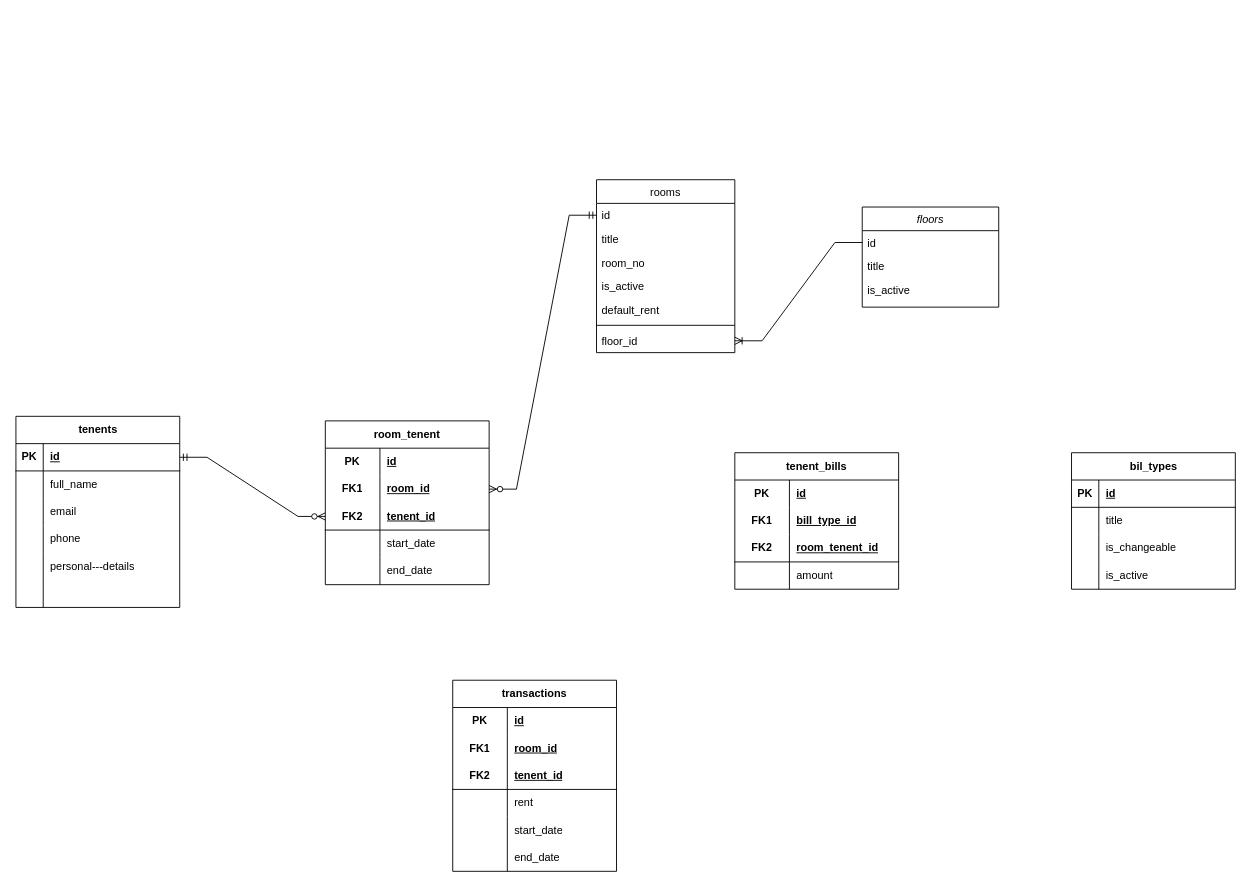
grim-firefly/storage keeps this draw.io diagram as Untitled Diagram.drawio. Above is the earlier version. Source tidied: cells renumbered, new cells numbered last; positions are measured from the earlier drawing's top-left corner, leaving out a move shared by most shapes. Both pictures are drawn from the tidied source at 91%, with x=0, y=0 at pixel (15, 179).
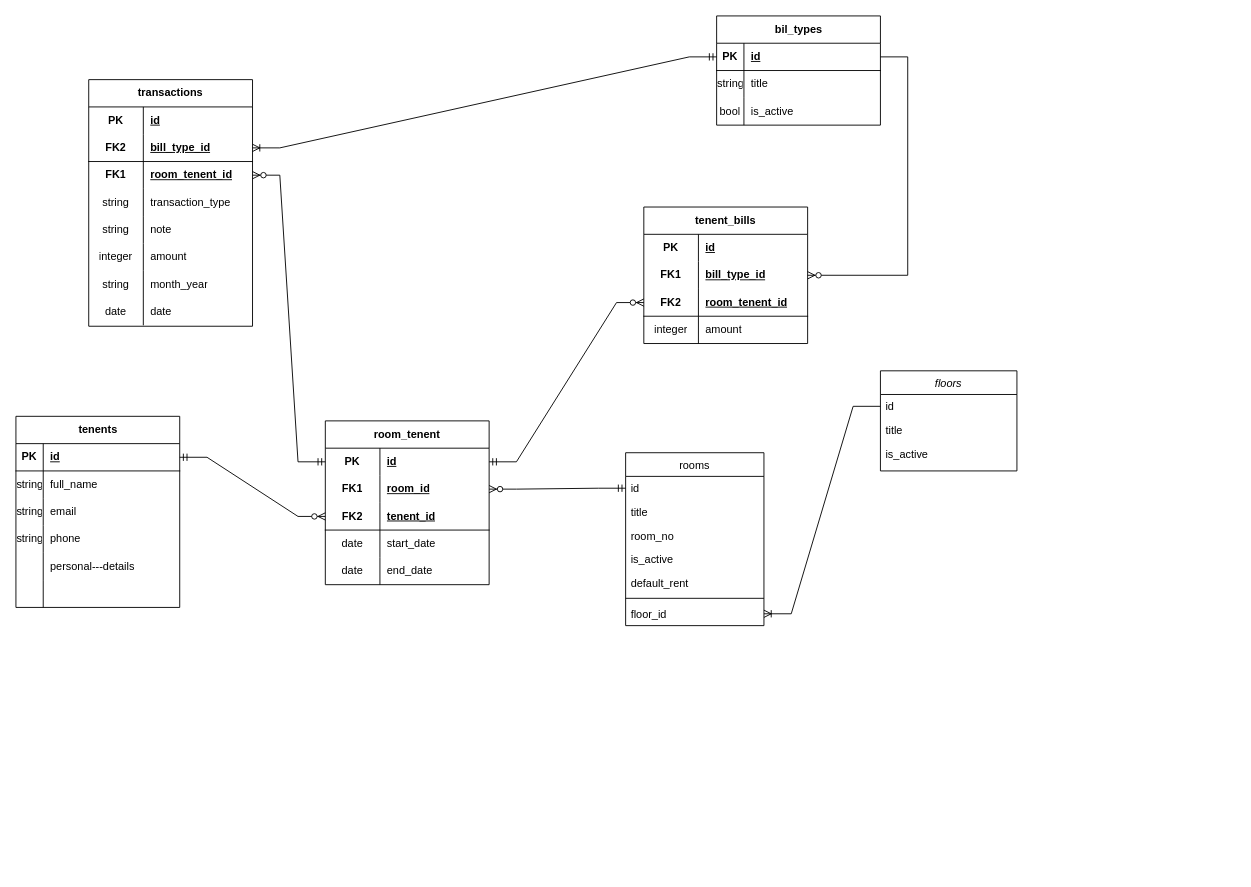
The same page after the edit.

The change refers to these unchanged cells:
```xml
<mxCell id="15" style="shape=tableRow;horizontal=0;startSize=0;swimlaneHead=0;swimlaneBody=0;fillColor=none;points=[[0,0.5],[1,0.5]];portConstraint=eastwest;top=0;left=0;right=0;bottom=1;" parent="14" vertex="1">
  <mxGeometry y="30" width="180" height="30" as="geometry" />
</mxCell>
<mxCell id="18" style="shape=tableRow;horizontal=0;startSize=0;swimlaneHead=0;swimlaneBody=0;fillColor=none;top=0;left=0;right=0;bottom=0;" parent="14" vertex="1">
  <mxGeometry y="60" width="180" height="30" as="geometry" />
</mxCell>
<mxCell id="32" style="shape=tableRow;horizontal=0;startSize=0;swimlaneHead=0;swimlaneBody=0;fillColor=none;top=0;left=0;right=0;bottom=0;" parent="28" vertex="1">
  <mxGeometry y="60" width="180" height="30" as="geometry" />
</mxCell>
<mxCell id="35" style="shape=tableRow;horizontal=0;startSize=0;swimlaneHead=0;swimlaneBody=0;fillColor=none;top=0;left=0;right=0;bottom=0;" parent="28" vertex="1">
  <mxGeometry y="90" width="180" height="30" as="geometry" />
</mxCell>
<mxCell id="38" style="shape=tableRow;horizontal=0;startSize=0;swimlaneHead=0;swimlaneBody=0;fillColor=none;top=0;left=0;right=0;bottom=0;" parent="28" vertex="1">
  <mxGeometry y="120" width="180" height="30" as="geometry" />
</mxCell>
<mxCell id="48" style="shape=tableRow;horizontal=0;startSize=0;swimlaneHead=0;swimlaneBody=0;fillColor=none;points=[[0,0.5],[1,0.5]];portConstraint=eastwest;top=0;left=0;right=0;bottom=0;html=1;" parent="47" vertex="1">
  <mxGeometry y="30" width="180" height="30" as="geometry" />
</mxCell>
<mxCell id="57" style="shape=tableRow;horizontal=0;startSize=0;swimlaneHead=0;swimlaneBody=0;fillColor=none;top=0;left=0;right=0;bottom=0;html=1;" parent="47" vertex="1">
  <mxGeometry y="120" width="180" height="30" as="geometry" />
</mxCell>
<mxCell id="60" style="shape=tableRow;horizontal=0;startSize=0;swimlaneHead=0;swimlaneBody=0;fillColor=none;top=0;left=0;right=0;bottom=0;html=1;" parent="47" vertex="1">
  <mxGeometry y="150" width="180" height="30" as="geometry" />
</mxCell>
<mxCell id="88" style="shape=tableRow;horizontal=0;startSize=0;swimlaneHead=0;swimlaneBody=0;fillColor=none;points=[[0,0.5],[1,0.5]];portConstraint=eastwest;top=0;left=0;right=0;bottom=0;html=1;" parent="84" vertex="1">
  <mxGeometry y="60" width="180" height="30" as="geometry" />
</mxCell>
<mxCell id="91" style="shape=tableRow;horizontal=0;startSize=0;swimlaneHead=0;swimlaneBody=0;fillColor=none;points=[[0,0.5],[1,0.5]];portConstraint=eastwest;top=0;left=0;right=0;bottom=1;html=1;" parent="84" vertex="1">
  <mxGeometry y="90" width="180" height="30" as="geometry" />
</mxCell>
<mxCell id="94" style="shape=tableRow;horizontal=0;startSize=0;swimlaneHead=0;swimlaneBody=0;fillColor=none;top=0;left=0;right=0;bottom=0;html=1;" parent="84" vertex="1">
  <mxGeometry y="120" width="180" height="30" as="geometry" />
</mxCell>
```

The edit, as a diff of the source:
```diff
@@
     <mxCell id="2" value="floors" style="swimlane;fontStyle=2;align=center;verticalAlign=top;horizontal=1;startSize=26;rounded=0;shadow=0;strokeWidth=1;" parent="1" vertex="1">
-      <mxGeometry x="930" y="30" width="150" height="110" as="geometry" />
+      <mxGeometry x="950" y="210" width="150" height="110" as="geometry" />
     </mxCell>
@@
     <mxCell id="6" value="rooms" style="swimlane;fontStyle=0;align=center;verticalAlign=top;horizontal=1;startSize=26;rounded=0;shadow=0;strokeWidth=1;" parent="1" vertex="1">
-      <mxGeometry x="638" width="152" height="190" as="geometry" />
+      <mxGeometry x="670" y="300" width="152" height="190" as="geometry" />
     </mxCell>
@@
     <mxCell id="14" value="bil_types" style="shape=table;startSize=30;childLayout=tableLayout;rowLines=0;fontStyle=1;align=center;html=1;" parent="1" vertex="1">
-      <mxGeometry x="1160" y="300" width="180" height="150" as="geometry" />
+      <mxGeometry x="770" y="-180" width="180" height="120" as="geometry" />
     </mxCell>
@@
-    <mxCell id="19" style="shape=partialRectangle;fillColor=none;top=0;left=0;bottom=0;right=0;overflow=hidden;whiteSpace=wrap;html=1;" parent="18" vertex="1">
+    <mxCell id="19" value="string" style="shape=partialRectangle;fillColor=none;top=0;left=0;bottom=0;right=0;overflow=hidden;whiteSpace=wrap;html=1;" parent="18" vertex="1">
       <mxGeometry width="30" height="30" as="geometry" />
     </mxCell>
@@
-    <mxCell id="21" style="shape=tableRow;horizontal=0;startSize=0;swimlaneHead=0;swimlaneBody=0;fillColor=none;top=0;left=0;right=0;bottom=0;" parent="14" vertex="1">
-      <mxGeometry y="90" width="180" height="30" as="geometry" />
-    </mxCell>
-    <mxCell id="22" style="shape=partialRectangle;fillColor=none;top=0;left=0;bottom=0;right=0;overflow=hidden;whiteSpace=wrap;html=1;" parent="21" vertex="1">
-      <mxGeometry width="30" height="30" as="geometry" />
-    </mxCell>
-    <mxCell id="23" value="is_changeable" style="shape=partialRectangle;fillColor=none;top=0;left=0;bottom=0;right=0;align=left;spacingLeft=6;overflow=hidden;whiteSpace=wrap;html=1;" parent="21" vertex="1">
-      <mxGeometry x="30" width="150" height="30" as="geometry" />
-    </mxCell>
     <mxCell id="24" style="shape=tableRow;horizontal=0;startSize=0;swimlaneHead=0;swimlaneBody=0;fillColor=none;top=0;left=0;right=0;bottom=0;" parent="14" vertex="1">
-      <mxGeometry y="120" width="180" height="30" as="geometry" />
+      <mxGeometry y="90" width="180" height="30" as="geometry" />
     </mxCell>
-    <mxCell id="25" style="shape=partialRectangle;fillColor=none;top=0;left=0;bottom=0;right=0;overflow=hidden;whiteSpace=wrap;html=1;" parent="24" vertex="1">
+    <mxCell id="25" value="bool" style="shape=partialRectangle;fillColor=none;top=0;left=0;bottom=0;right=0;overflow=hidden;whiteSpace=wrap;html=1;" parent="24" vertex="1">
       <mxGeometry width="30" height="30" as="geometry" />
     </mxCell>
@@
-    <mxCell id="33" style="shape=partialRectangle;fillColor=none;top=0;left=0;bottom=0;right=0;overflow=hidden;whiteSpace=wrap;html=1;" parent="32" vertex="1">
+    <mxCell id="33" value="string" style="shape=partialRectangle;fillColor=none;top=0;left=0;bottom=0;right=0;overflow=hidden;whiteSpace=wrap;html=1;" parent="32" vertex="1">
       <mxGeometry width="30" height="30" as="geometry" />
     </mxCell>
@@
-    <mxCell id="36" style="shape=partialRectangle;fillColor=none;top=0;left=0;bottom=0;right=0;overflow=hidden;whiteSpace=wrap;html=1;" parent="35" vertex="1">
+    <mxCell id="36" value="string" style="shape=partialRectangle;fillColor=none;top=0;left=0;bottom=0;right=0;overflow=hidden;whiteSpace=wrap;html=1;" parent="35" vertex="1">
       <mxGeometry width="30" height="30" as="geometry" />
     </mxCell>
@@
-    <mxCell id="39" style="shape=partialRectangle;fillColor=none;top=0;left=0;bottom=0;right=0;overflow=hidden;whiteSpace=wrap;html=1;" parent="38" vertex="1">
+    <mxCell id="39" value="string" style="shape=partialRectangle;fillColor=none;top=0;left=0;bottom=0;right=0;overflow=hidden;whiteSpace=wrap;html=1;" parent="38" vertex="1">
       <mxGeometry width="30" height="30" as="geometry" />
     </mxCell>
@@
-    <mxCell id="58" style="shape=partialRectangle;fillColor=none;top=0;left=0;bottom=0;right=0;overflow=hidden;html=1;whiteSpace=wrap;" parent="57" vertex="1">
+    <mxCell id="58" value="date" style="shape=partialRectangle;fillColor=none;top=0;left=0;bottom=0;right=0;overflow=hidden;html=1;whiteSpace=wrap;" parent="57" vertex="1">
       <mxGeometry width="60" height="30" as="geometry" />
     </mxCell>
@@
-    <mxCell id="61" style="shape=partialRectangle;fillColor=none;top=0;left=0;bottom=0;right=0;overflow=hidden;html=1;whiteSpace=wrap;" parent="60" vertex="1">
+    <mxCell id="61" value="date" style="shape=partialRectangle;fillColor=none;top=0;left=0;bottom=0;right=0;overflow=hidden;html=1;whiteSpace=wrap;" parent="60" vertex="1">
       <mxGeometry width="60" height="30" as="geometry" />
     </mxCell>
@@
     <mxCell id="63" value="transactions" style="shape=table;startSize=30;childLayout=tableLayout;rowLines=0;fontStyle=1;align=center;html=1;whiteSpace=wrap;" parent="1" vertex="1">
-      <mxGeometry x="480" y="550" width="180" height="210" as="geometry" />
+      <mxGeometry x="80" y="-110" width="180" height="271" as="geometry" />
     </mxCell>
@@
+    <mxCell id="70" style="shape=tableRow;horizontal=0;startSize=0;swimlaneHead=0;swimlaneBody=0;fillColor=none;points=[[0,0.5],[1,0.5]];portConstraint=eastwest;top=0;left=0;right=0;bottom=1;html=1;" parent="63" vertex="1">
+      <mxGeometry y="60" width="180" height="30" as="geometry" />
+    </mxCell>
+    <mxCell id="71" value="FK2" style="shape=partialRectangle;fillColor=none;top=0;left=0;bottom=0;right=0;fontStyle=1;overflow=hidden;html=1;whiteSpace=wrap;" parent="70" vertex="1">
+      <mxGeometry width="60" height="30" as="geometry" />
+    </mxCell>
+    <mxCell id="72" value="bill_type_id" style="shape=partialRectangle;fillColor=none;top=0;left=0;bottom=0;right=0;align=left;spacingLeft=6;fontStyle=5;overflow=hidden;html=1;whiteSpace=wrap;" parent="70" vertex="1">
+      <mxGeometry x="60" width="120" height="30" as="geometry" />
+    </mxCell>
     <mxCell id="67" style="shape=tableRow;horizontal=0;startSize=0;swimlaneHead=0;swimlaneBody=0;fillColor=none;points=[[0,0.5],[1,0.5]];portConstraint=eastwest;top=0;left=0;right=0;bottom=0;html=1;" parent="63" vertex="1">
-      <mxGeometry y="60" width="180" height="30" as="geometry" />
+      <mxGeometry y="90" width="180" height="30" as="geometry" />
     </mxCell>
@@
-    <mxCell id="69" value="room_id" style="shape=partialRectangle;fillColor=none;top=0;left=0;bottom=0;right=0;align=left;spacingLeft=6;fontStyle=5;overflow=hidden;html=1;whiteSpace=wrap;" parent="67" vertex="1">
+    <mxCell id="69" value="room_tenent_id" style="shape=partialRectangle;fillColor=none;top=0;left=0;bottom=0;right=0;align=left;spacingLeft=6;fontStyle=5;overflow=hidden;html=1;whiteSpace=wrap;" parent="67" vertex="1">
       <mxGeometry x="60" width="120" height="30" as="geometry" />
     </mxCell>
-    <mxCell id="70" style="shape=tableRow;horizontal=0;startSize=0;swimlaneHead=0;swimlaneBody=0;fillColor=none;points=[[0,0.5],[1,0.5]];portConstraint=eastwest;top=0;left=0;right=0;bottom=1;html=1;" parent="63" vertex="1">
-      <mxGeometry y="90" width="180" height="30" as="geometry" />
-    </mxCell>
-    <mxCell id="71" value="FK2" style="shape=partialRectangle;fillColor=none;top=0;left=0;bottom=0;right=0;fontStyle=1;overflow=hidden;html=1;whiteSpace=wrap;" parent="70" vertex="1">
-      <mxGeometry width="60" height="30" as="geometry" />
-    </mxCell>
-    <mxCell id="72" value="tenent_id" style="shape=partialRectangle;fillColor=none;top=0;left=0;bottom=0;right=0;align=left;spacingLeft=6;fontStyle=5;overflow=hidden;html=1;whiteSpace=wrap;" parent="70" vertex="1">
-      <mxGeometry x="60" width="120" height="30" as="geometry" />
-    </mxCell>
+    <mxCell id="97" style="shape=tableRow;horizontal=0;startSize=0;swimlaneHead=0;swimlaneBody=0;fillColor=none;top=0;left=0;right=0;bottom=0;html=1;" parent="63" vertex="1">
+      <mxGeometry y="120" width="180" height="30" as="geometry" />
+    </mxCell>
+    <mxCell id="98" value="string" style="shape=partialRectangle;fillColor=none;top=0;left=0;bottom=0;right=0;overflow=hidden;html=1;whiteSpace=wrap;" parent="97" vertex="1">
+      <mxGeometry width="60" height="30" as="geometry" />
+    </mxCell>
+    <mxCell id="99" value="transaction_type" style="shape=partialRectangle;fillColor=none;top=0;left=0;bottom=0;right=0;align=left;spacingLeft=6;overflow=hidden;html=1;whiteSpace=wrap;" parent="97" vertex="1">
+      <mxGeometry x="60" width="120" height="30" as="geometry" />
+    </mxCell>
+    <mxCell id="100" style="shape=tableRow;horizontal=0;startSize=0;swimlaneHead=0;swimlaneBody=0;fillColor=none;top=0;left=0;right=0;bottom=0;html=1;" parent="63" vertex="1">
+      <mxGeometry y="150" width="180" height="30" as="geometry" />
+    </mxCell>
+    <mxCell id="101" value="string" style="shape=partialRectangle;fillColor=none;top=0;left=0;bottom=0;right=0;overflow=hidden;html=1;whiteSpace=wrap;" parent="100" vertex="1">
+      <mxGeometry width="60" height="30" as="geometry" />
+    </mxCell>
+    <mxCell id="102" value="note" style="shape=partialRectangle;fillColor=none;top=0;left=0;bottom=0;right=0;align=left;spacingLeft=6;overflow=hidden;html=1;whiteSpace=wrap;" parent="100" vertex="1">
+      <mxGeometry x="60" width="120" height="30" as="geometry" />
+    </mxCell>
     <mxCell id="73" style="shape=tableRow;horizontal=0;startSize=0;swimlaneHead=0;swimlaneBody=0;fillColor=none;top=0;left=0;right=0;bottom=0;html=1;" parent="63" vertex="1">
-      <mxGeometry y="120" width="180" height="30" as="geometry" />
+      <mxGeometry y="180" width="180" height="30" as="geometry" />
     </mxCell>
-    <mxCell id="74" style="shape=partialRectangle;fillColor=none;top=0;left=0;bottom=0;right=0;overflow=hidden;html=1;whiteSpace=wrap;" parent="73" vertex="1">
+    <mxCell id="74" value="integer" style="shape=partialRectangle;fillColor=none;top=0;left=0;bottom=0;right=0;overflow=hidden;html=1;whiteSpace=wrap;" parent="73" vertex="1">
       <mxGeometry width="60" height="30" as="geometry" />
     </mxCell>
-    <mxCell id="75" value="rent" style="shape=partialRectangle;fillColor=none;top=0;left=0;bottom=0;right=0;align=left;spacingLeft=6;overflow=hidden;html=1;whiteSpace=wrap;" parent="73" vertex="1">
+    <mxCell id="75" value="amount" style="shape=partialRectangle;fillColor=none;top=0;left=0;bottom=0;right=0;align=left;spacingLeft=6;overflow=hidden;html=1;whiteSpace=wrap;" parent="73" vertex="1">
       <mxGeometry x="60" width="120" height="30" as="geometry" />
     </mxCell>
     <mxCell id="76" style="shape=tableRow;horizontal=0;startSize=0;swimlaneHead=0;swimlaneBody=0;fillColor=none;top=0;left=0;right=0;bottom=0;html=1;" parent="63" vertex="1">
-      <mxGeometry y="150" width="180" height="30" as="geometry" />
+      <mxGeometry y="210" width="180" height="30" as="geometry" />
     </mxCell>
-    <mxCell id="77" style="shape=partialRectangle;fillColor=none;top=0;left=0;bottom=0;right=0;overflow=hidden;html=1;whiteSpace=wrap;" parent="76" vertex="1">
+    <mxCell id="77" value="string" style="shape=partialRectangle;fillColor=none;top=0;left=0;bottom=0;right=0;overflow=hidden;html=1;whiteSpace=wrap;" parent="76" vertex="1">
       <mxGeometry width="60" height="30" as="geometry" />
     </mxCell>
-    <mxCell id="78" value="start_date" style="shape=partialRectangle;fillColor=none;top=0;left=0;bottom=0;right=0;align=left;spacingLeft=6;overflow=hidden;html=1;whiteSpace=wrap;" parent="76" vertex="1">
+    <mxCell id="78" value="month_year" style="shape=partialRectangle;fillColor=none;top=0;left=0;bottom=0;right=0;align=left;spacingLeft=6;overflow=hidden;html=1;whiteSpace=wrap;" parent="76" vertex="1">
       <mxGeometry x="60" width="120" height="30" as="geometry" />
     </mxCell>
     <mxCell id="79" style="shape=tableRow;horizontal=0;startSize=0;swimlaneHead=0;swimlaneBody=0;fillColor=none;top=0;left=0;right=0;bottom=0;html=1;" parent="63" vertex="1">
-      <mxGeometry y="180" width="180" height="30" as="geometry" />
+      <mxGeometry y="240" width="180" height="30" as="geometry" />
     </mxCell>
-    <mxCell id="80" style="shape=partialRectangle;fillColor=none;top=0;left=0;bottom=0;right=0;overflow=hidden;html=1;whiteSpace=wrap;" parent="79" vertex="1">
+    <mxCell id="80" value="date" style="shape=partialRectangle;fillColor=none;top=0;left=0;bottom=0;right=0;overflow=hidden;html=1;whiteSpace=wrap;" parent="79" vertex="1">
       <mxGeometry width="60" height="30" as="geometry" />
     </mxCell>
-    <mxCell id="81" value="end_date" style="shape=partialRectangle;fillColor=none;top=0;left=0;bottom=0;right=0;align=left;spacingLeft=6;overflow=hidden;html=1;whiteSpace=wrap;" parent="79" vertex="1">
+    <mxCell id="81" value="date" style="shape=partialRectangle;fillColor=none;top=0;left=0;bottom=0;right=0;align=left;spacingLeft=6;overflow=hidden;html=1;whiteSpace=wrap;" parent="79" vertex="1">
       <mxGeometry x="60" width="120" height="30" as="geometry" />
     </mxCell>
@@
     <mxCell id="84" value="tenent_bills" style="shape=table;startSize=30;childLayout=tableLayout;rowLines=0;fontStyle=1;align=center;html=1;whiteSpace=wrap;" parent="1" vertex="1">
-      <mxGeometry x="790" y="300" width="180" height="150" as="geometry" />
+      <mxGeometry x="690" y="30" width="180" height="150" as="geometry" />
     </mxCell>
@@
-    <mxCell id="95" style="shape=partialRectangle;fillColor=none;top=0;left=0;bottom=0;right=0;overflow=hidden;html=1;whiteSpace=wrap;" parent="94" vertex="1">
+    <mxCell id="95" value="integer" style="shape=partialRectangle;fillColor=none;top=0;left=0;bottom=0;right=0;overflow=hidden;html=1;whiteSpace=wrap;" parent="94" vertex="1">
       <mxGeometry width="60" height="30" as="geometry" />
     </mxCell>
@@
+    <mxCell id="103" style="edgeStyle=entityRelationEdgeStyle;fontSize=12;html=1;endArrow=ERzeroToMany;endFill=1;rounded=0;" parent="1" edge="1" source="15" target="88">
+      <mxGeometry relative="1" as="geometry" />
+    </mxCell>
+    <mxCell id="104" style="edgeStyle=entityRelationEdgeStyle;fontSize=12;html=1;endArrow=ERzeroToMany;startArrow=ERmandOne;rounded=0;" parent="1" edge="1" source="48" target="91">
+      <mxGeometry relative="1" as="geometry" />
+    </mxCell>
+    <mxCell id="105" style="edgeStyle=entityRelationEdgeStyle;fontSize=12;html=1;endArrow=ERoneToMany;startArrow=ERmandOne;rounded=0;" parent="1" edge="1" source="15" target="70">
+      <mxGeometry relative="1" as="geometry" />
+    </mxCell>
+    <mxCell id="106" style="edgeStyle=entityRelationEdgeStyle;fontSize=12;html=1;endArrow=ERzeroToMany;startArrow=ERmandOne;rounded=0;" parent="1" edge="1" source="48" target="67">
+      <mxGeometry relative="1" as="geometry" />
+    </mxCell>
```
